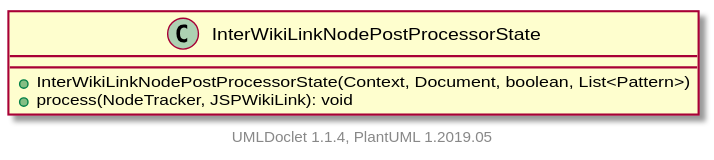
Before: apidocs/2.11.0.M8-SNAPSHOT/org/apache/wiki/markdown/extensions/jspwikilinks/postprocessor/InterWikiLinkNodePostProcessorState.svg, a diagram exported from PlantUML (apache/jspwiki-site). The source it was exported from:
```plantuml
@startuml

    class InterWikiLinkNodePostProcessorState [[InterWikiLinkNodePostProcessorState.html]] {
        +InterWikiLinkNodePostProcessorState(Context, Document, boolean, List<Pattern>)
        +process(NodeTracker, JSPWikiLink): void
    }


    center footer UMLDoclet 1.1.4, PlantUML 1.2019.05
@enduml
```
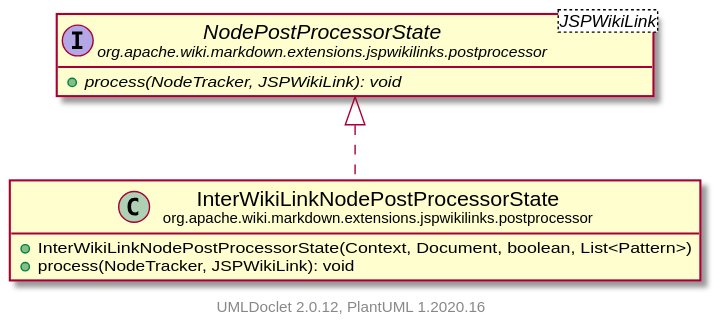
The same diagram one commit later.

What changed in the source:
```diff
@@ -1,10 +1,18 @@
 @startuml
+    set namespaceSeparator none
+    hide empty fields
+    hide empty methods
 
-    class InterWikiLinkNodePostProcessorState [[InterWikiLinkNodePostProcessorState.html]] {
+    class "<size:14>InterWikiLinkNodePostProcessorState\n<size:10>org.apache.wiki.markdown.extensions.jspwikilinks.postprocessor" as org.apache.wiki.markdown.extensions.jspwikilinks.postprocessor.InterWikiLinkNodePostProcessorState [[InterWikiLinkNodePostProcessorState.html]] {
         +InterWikiLinkNodePostProcessorState(Context, Document, boolean, List<Pattern>)
         +process(NodeTracker, JSPWikiLink): void
     }
 
+    interface "<size:14>NodePostProcessorState\n<size:10>org.apache.wiki.markdown.extensions.jspwikilinks.postprocessor" as org.apache.wiki.markdown.extensions.jspwikilinks.postprocessor.NodePostProcessorState<JSPWikiLink> [[NodePostProcessorState.html]] {
+        {abstract} +process(NodeTracker, JSPWikiLink): void
+    }
 
-    center footer UMLDoclet 1.1.4, PlantUML 1.2019.05
+    org.apache.wiki.markdown.extensions.jspwikilinks.postprocessor.NodePostProcessorState <|.. org.apache.wiki.markdown.extensions.jspwikilinks.postprocessor.InterWikiLinkNodePostProcessorState
+
+    center footer UMLDoclet 2.0.12, PlantUML 1.2020.16
 @enduml
```
